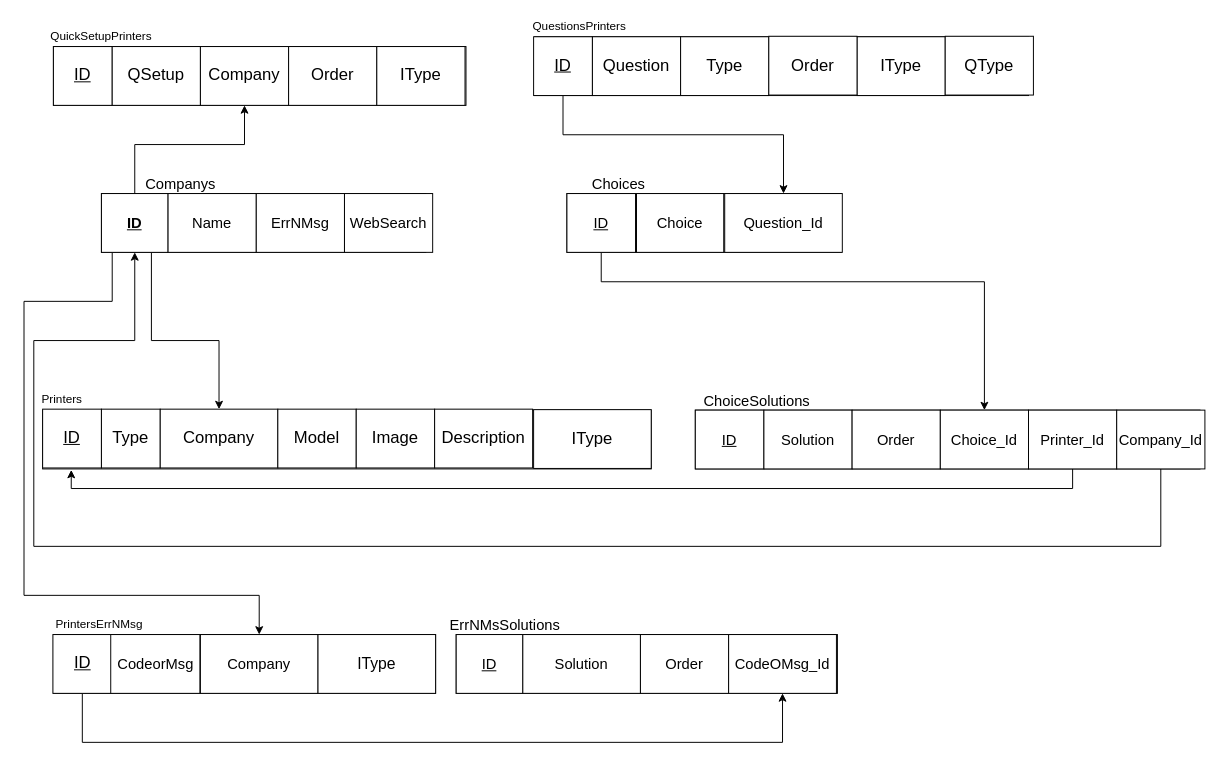
Before: SchemaDiagram.drawio in SarahAminn/FixBoxExpertSystem, a draw.io diagram. Source tidied: cells renumbered, new cells numbered last; positions are measured from the earlier drawing's top-left corner, leaving out a move shared by most shapes. Both pictures are drawn from the tidied source at 98%, with x=0, y=0 at pixel (24, 17).
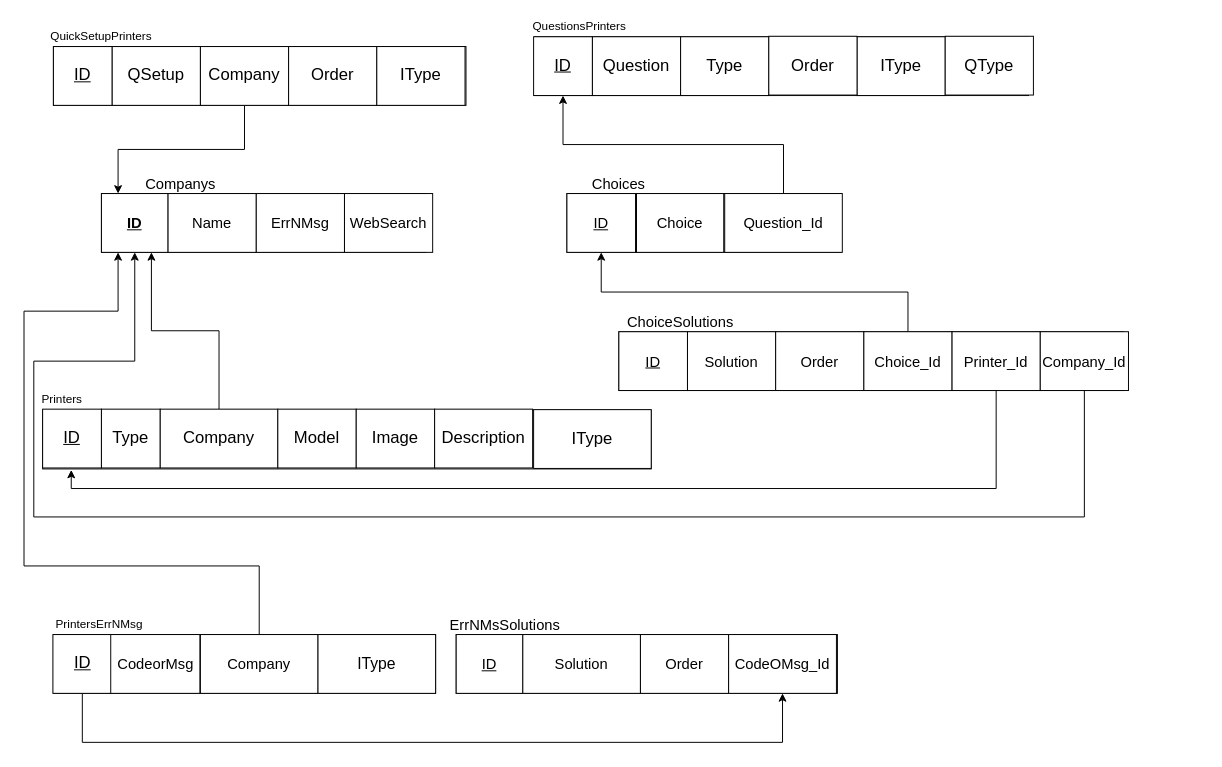
The same diagram, later.

The change refers to these unchanged cells:
```xml
<mxCell id="6" value="&lt;span&gt;&lt;font style=&quot;font-size: 17px&quot;&gt;Company&lt;/font&gt;&lt;/span&gt;" style="rounded=0;whiteSpace=wrap;html=1;fontStyle=0;" parent="1" vertex="1">
  <mxGeometry x="180" y="30" width="90" height="60" as="geometry" />
</mxCell>
<mxCell id="13" value="&lt;span&gt;&lt;font style=&quot;font-size: 17px&quot;&gt;Company&lt;/font&gt;&lt;/span&gt;" style="rounded=0;whiteSpace=wrap;html=1;fontStyle=0;" parent="1" vertex="1">
  <mxGeometry x="139" y="400" width="120" height="60" as="geometry" />
</mxCell>
<mxCell id="21" value="&lt;u&gt;&lt;font style=&quot;font-size: 17px&quot;&gt;ID&lt;/font&gt;&lt;/u&gt;" style="rounded=0;whiteSpace=wrap;html=1;" parent="1" vertex="1">
  <mxGeometry x="520" y="20" width="60" height="60" as="geometry" />
</mxCell>
<mxCell id="33" value="Company" style="rounded=0;whiteSpace=wrap;html=1;fontSize=15;" parent="1" vertex="1">
  <mxGeometry x="180" y="630" width="120" height="60" as="geometry" />
</mxCell>
<mxCell id="41" value="&lt;u&gt;ID&lt;/u&gt;" style="rounded=0;whiteSpace=wrap;html=1;fontSize=15;fontStyle=1;" parent="1" vertex="1">
  <mxGeometry x="79" y="180" width="68" height="60" as="geometry" />
</mxCell>
<mxCell id="56" value="&lt;u&gt;ID&lt;/u&gt;" style="rounded=0;whiteSpace=wrap;html=1;fontSize=15;" parent="1" vertex="1">
  <mxGeometry x="554" y="180" width="70" height="60" as="geometry" />
</mxCell>
<mxCell id="57" value="&lt;span&gt;Question_Id&lt;/span&gt;" style="rounded=0;whiteSpace=wrap;html=1;fontSize=15;fontStyle=0;" parent="1" vertex="1">
  <mxGeometry x="715" y="180" width="120" height="60" as="geometry" />
</mxCell>
```

What changed in the source:
```diff
@@
+    <mxCell id="65" style="edgeStyle=orthogonalEdgeStyle;rounded=0;jettySize=auto;html=1;exitX=0.5;exitY=1;exitDx=0;exitDy=0;entryX=0.25;entryY=0;entryDx=0;entryDy=0;" parent="1" edge="1" source="6" target="41">
+      <mxGeometry relative="1" as="geometry" />
+    </mxCell>
@@
+    <mxCell id="66" style="edgeStyle=orthogonalEdgeStyle;rounded=0;jettySize=auto;html=1;exitX=0.5;exitY=0;exitDx=0;exitDy=0;entryX=0.75;entryY=1;entryDx=0;entryDy=0;" parent="1" edge="1" source="13" target="41">
+      <mxGeometry relative="1" as="geometry" />
+    </mxCell>
@@
-    <mxCell id="20" style="edgeStyle=orthogonalEdgeStyle;rounded=0;jettySize=auto;html=1;entryX=0.5;entryY=0;entryDx=0;entryDy=0;fontSize=15;" parent="1" edge="1" source="21" target="57">
-      <mxGeometry relative="1" as="geometry">
-        <Array as="points">
-          <mxPoint x="550" y="120" />
-          <mxPoint x="775" y="120" />
-        </Array>
-      </mxGeometry>
-    </mxCell>
@@
     <mxCell id="24" style="rounded=0;whiteSpace=wrap;html=1;fontStyle=0;" parent="1" vertex="1">
-      <mxGeometry x="685" y="401" width="515" height="60" as="geometry" />
+      <mxGeometry x="607" y="321" width="515" height="60" as="geometry" />
     </mxCell>
@@
+    <mxCell id="67" style="edgeStyle=orthogonalEdgeStyle;rounded=0;jettySize=auto;html=1;exitX=0.5;exitY=0;exitDx=0;exitDy=0;entryX=0.25;entryY=1;entryDx=0;entryDy=0;" parent="1" edge="1" source="33" target="41">
+      <mxGeometry relative="1" as="geometry">
+        <Array as="points">
+          <mxPoint x="240" y="560" />
+          <mxPoint y="560" />
+          <mxPoint y="300" />
+          <mxPoint x="96" y="300" />
+        </Array>
+      </mxGeometry>
+    </mxCell>
@@
-    <mxCell id="38" style="edgeStyle=orthogonalEdgeStyle;rounded=0;jettySize=auto;html=1;entryX=0.5;entryY=1;entryDx=0;entryDy=0;fontSize=15;" parent="1" edge="1" source="41" target="6">
-      <mxGeometry relative="1" as="geometry">
-        <Array as="points">
-          <mxPoint x="113" y="130" />
-          <mxPoint x="225" y="130" />
-        </Array>
-      </mxGeometry>
-    </mxCell>
-    <mxCell id="39" style="edgeStyle=orthogonalEdgeStyle;rounded=0;jettySize=auto;html=1;entryX=0.5;entryY=0;entryDx=0;entryDy=0;fontSize=15;" parent="1" edge="1" source="41" target="13">
-      <mxGeometry relative="1" as="geometry">
-        <Array as="points">
-          <mxPoint x="130" y="330" />
-          <mxPoint x="199" y="330" />
-        </Array>
-      </mxGeometry>
-    </mxCell>
-    <mxCell id="40" style="edgeStyle=orthogonalEdgeStyle;rounded=0;jettySize=auto;html=1;entryX=0.5;entryY=0;entryDx=0;entryDy=0;fontSize=15;" parent="1" edge="1" source="41" target="33">
-      <mxGeometry relative="1" as="geometry">
-        <Array as="points">
-          <mxPoint x="90" y="290" />
-          <mxPoint y="290" />
-          <mxPoint y="590" />
-          <mxPoint x="240" y="590" />
-        </Array>
-      </mxGeometry>
-    </mxCell>
@@
     <mxCell id="43" value="&lt;u&gt;ID&lt;/u&gt;" style="rounded=0;whiteSpace=wrap;html=1;fontSize=15;" parent="1" vertex="1">
-      <mxGeometry x="685" y="401" width="70" height="60" as="geometry" />
+      <mxGeometry x="607" y="321" width="70" height="60" as="geometry" />
     </mxCell>
     <mxCell id="44" value="Solution" style="rounded=0;whiteSpace=wrap;html=1;fontSize=15;" parent="1" vertex="1">
-      <mxGeometry x="755" y="401" width="90" height="60" as="geometry" />
+      <mxGeometry x="677" y="321" width="90" height="60" as="geometry" />
     </mxCell>
     <mxCell id="45" value="Order" style="rounded=0;whiteSpace=wrap;html=1;fontSize=15;" parent="1" vertex="1">
-      <mxGeometry x="845" y="401" width="90" height="60" as="geometry" />
+      <mxGeometry x="767" y="321" width="90" height="60" as="geometry" />
     </mxCell>
+    <mxCell id="68" style="edgeStyle=orthogonalEdgeStyle;rounded=0;jettySize=auto;html=1;exitX=0.5;exitY=0;exitDx=0;exitDy=0;entryX=0.5;entryY=1;entryDx=0;entryDy=0;" parent="1" edge="1" source="46" target="56">
+      <mxGeometry relative="1" as="geometry" />
+    </mxCell>
     <mxCell id="46" value="Choice_Id" style="rounded=0;whiteSpace=wrap;html=1;fontSize=15;" parent="1" vertex="1">
-      <mxGeometry x="935" y="401" width="90" height="60" as="geometry" />
+      <mxGeometry x="857" y="321" width="90" height="60" as="geometry" />
     </mxCell>
     <mxCell id="47" value="ChoiceSolutions" style="text;html=1;strokeColor=none;fillColor=none;align=center;verticalAlign=middle;whiteSpace=wrap;rounded=0;fontSize=15;" parent="1" vertex="1">
-      <mxGeometry x="728" y="381" width="40" height="20" as="geometry" />
+      <mxGeometry x="650" y="301" width="40" height="20" as="geometry" />
     </mxCell>
@@
-    <mxCell id="55" style="edgeStyle=orthogonalEdgeStyle;rounded=0;jettySize=auto;html=1;entryX=0.5;entryY=0;entryDx=0;entryDy=0;fontSize=15;" parent="1" edge="1" source="56" target="46">
-      <mxGeometry relative="1" as="geometry">
-        <Array as="points">
-          <mxPoint x="589" y="270" />
-          <mxPoint x="980" y="270" />
-        </Array>
-      </mxGeometry>
-    </mxCell>
@@
+    <mxCell id="69" style="edgeStyle=orthogonalEdgeStyle;rounded=0;jettySize=auto;html=1;exitX=0.5;exitY=0;exitDx=0;exitDy=0;entryX=0.5;entryY=1;entryDx=0;entryDy=0;" parent="1" edge="1" source="57" target="21">
+      <mxGeometry relative="1" as="geometry" />
+    </mxCell>
@@
     <mxCell id="62" value="Printer_Id" style="rounded=0;whiteSpace=wrap;html=1;fontSize=15;" parent="1" vertex="1">
-      <mxGeometry x="1025" y="401" width="90" height="60" as="geometry" />
+      <mxGeometry x="947" y="321" width="90" height="60" as="geometry" />
     </mxCell>
     <mxCell id="63" style="edgeStyle=orthogonalEdgeStyle;rounded=0;jettySize=auto;html=1;exitX=0.5;exitY=1;exitDx=0;exitDy=0;entryX=0.5;entryY=1;entryDx=0;entryDy=0;" parent="1" edge="1" source="64" target="41">
       <mxGeometry relative="1" as="geometry">
         <Array as="points">
-          <mxPoint x="1160" y="540" />
-          <mxPoint x="10" y="540" />
-          <mxPoint x="10" y="330" />
-          <mxPoint x="113" y="330" />
+          <mxPoint x="1082" y="510" />
+          <mxPoint x="10" y="510" />
+          <mxPoint x="10" y="351" />
+          <mxPoint x="113" y="351" />
         </Array>
       </mxGeometry>
     </mxCell>
     <mxCell id="64" value="Company_Id" style="rounded=0;whiteSpace=wrap;html=1;fontSize=15;" parent="1" vertex="1">
-      <mxGeometry x="1115" y="401" width="90" height="60" as="geometry" />
+      <mxGeometry x="1037" y="321" width="90" height="60" as="geometry" />
     </mxCell>
```
